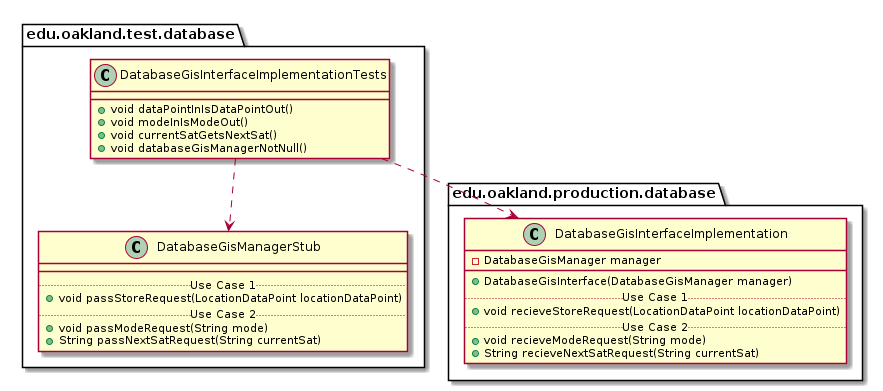
The PlantUML diagram docs/uml-class-diagrams/database/test/DatabaseGisInterfaceImplementationTests/DatabaseGisInterfaceImplementationTests_DirectDependencies.png in andrewdimmer/csi-3370-software-project, before a commit.
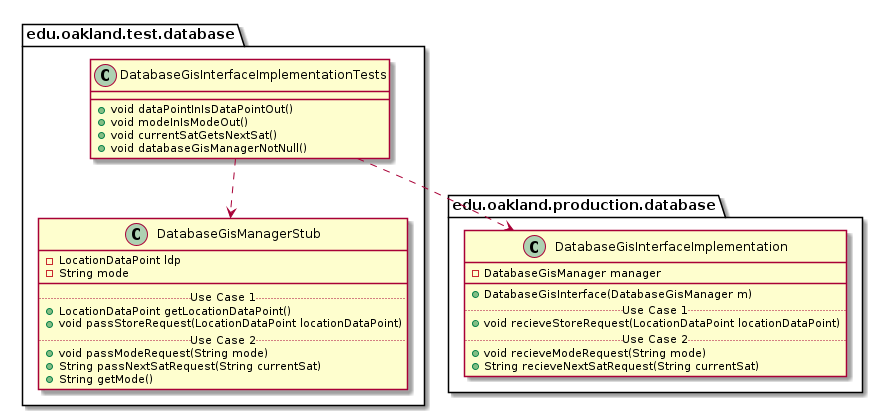
After the commit.

What changed in the source:
```diff
@@ -14,12 +14,16 @@
 
 package edu.oakland.test.database {
     class DatabaseGisManagerStub {
+        - LocationDataPoint ldp
+        - String mode
         __
         .. Use Case 1 ..
+        + LocationDataPoint getLocationDataPoint()
         + void passStoreRequest(LocationDataPoint locationDataPoint)
         .. Use Case 2 ..
         + void passModeRequest(String mode)
         + String passNextSatRequest(String currentSat)
+        + String getMode()
     }
 }
 
@@ -30,7 +34,7 @@
     class DatabaseGisInterfaceImplementation {
         - DatabaseGisManager manager
         __
-        + DatabaseGisInterface(DatabaseGisManager manager)
+        + DatabaseGisInterface(DatabaseGisManager m)
         .. Use Case 1 ..
         + void recieveStoreRequest(LocationDataPoint locationDataPoint)
         .. Use Case 2 ..
```
